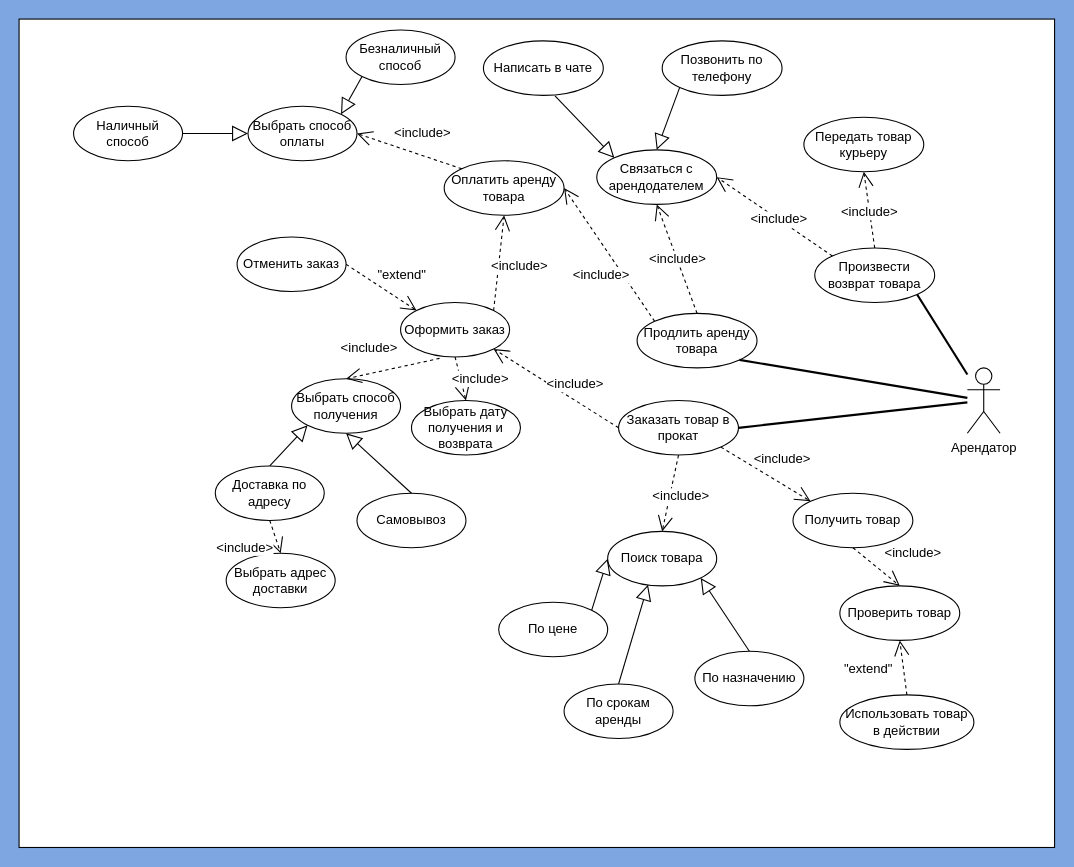
Before: Lab2/Lab2.drawio in BozrikovDanila/ModelingOfProcessesAndSystems, a draw.io diagram. Source tidied: cells renumbered, new cells numbered last; positions are measured from the earlier drawing's top-left corner, leaving out a move shared by most shapes. Both pictures are drawn from the tidied source at 109%, with x=0, y=0 at pixel (19, 19).
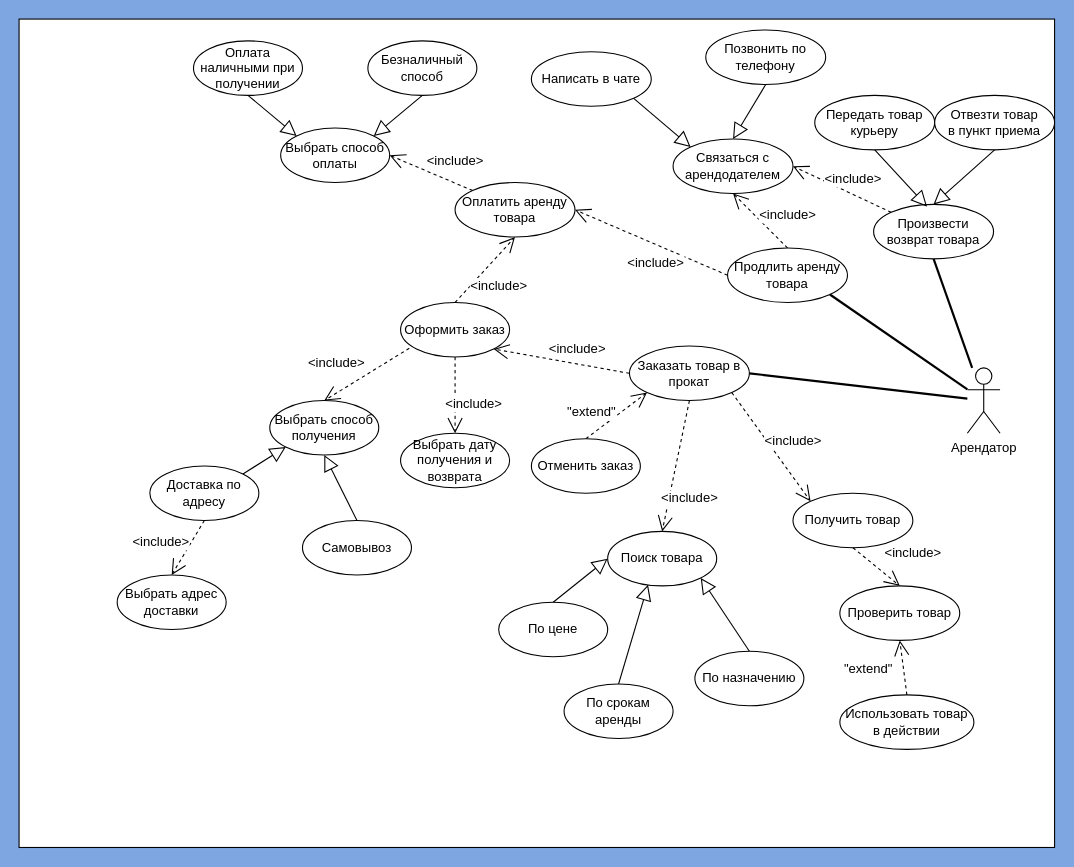
Above is the later version.

Unchanged cells that the change refers to:
```xml
<mxCell id="3" value="Поиск товара" style="ellipse;whiteSpace=wrap;html=1;" parent="1" vertex="1">
  <mxGeometry x="540" y="470" width="100" height="50" as="geometry" />
</mxCell>
<mxCell id="5" value="Арендатор&lt;br&gt;" style="shape=umlActor;verticalLabelPosition=bottom;verticalAlign=top;html=1;" parent="1" vertex="1">
  <mxGeometry x="870" y="320" width="30" height="60" as="geometry" />
</mxCell>
<mxCell id="6" value="Оформить заказ" style="ellipse;whiteSpace=wrap;html=1;" parent="1" vertex="1">
  <mxGeometry x="350" y="260" width="100" height="50" as="geometry" />
</mxCell>
<mxCell id="8" value="По цене" style="ellipse;whiteSpace=wrap;html=1;" parent="1" vertex="1">
  <mxGeometry x="440" y="535" width="100" height="50" as="geometry" />
</mxCell>
```

What changed in the source:
```diff
@@
     <mxCell id="4" value="Заказать товар в прокат" style="ellipse;whiteSpace=wrap;html=1;" parent="1" vertex="1">
-      <mxGeometry x="550" y="350" width="110" height="50" as="geometry" />
+      <mxGeometry x="560" y="300" width="110" height="50" as="geometry" />
     </mxCell>
@@
     <mxCell id="11" value="&amp;lt;include&amp;gt;" style="endArrow=open;endSize=12;dashed=1;html=1;fontSize=12;entryX=0.5;entryY=0;entryDx=0;entryDy=0;exitX=0.5;exitY=1;exitDx=0;exitDy=0;" parent="1" edge="1" source="4" target="3">
-      <mxGeometry x="0.04" y="10" relative="1" as="geometry" />
+      <mxGeometry x="0.44" y="18" relative="1" as="geometry" />
     </mxCell>
-    <mxCell id="12" style="endArrow=block;endFill=0;endSize=12;html=1;exitX=1;exitY=0;exitDx=0;exitDy=0;entryX=0;entryY=0.5;entryDx=0;entryDy=0;" parent="1" edge="1" source="8" target="3">
+    <mxCell id="12" style="endArrow=block;endFill=0;endSize=12;html=1;exitX=0.5;exitY=0;exitDx=0;exitDy=0;entryX=0;entryY=0.5;entryDx=0;entryDy=0;" parent="1" edge="1" source="8" target="3">
       <mxGeometry relative="1" as="geometry" />
     </mxCell>
@@
-    <mxCell id="15" style="endArrow=open;html=1;shadow=0;strokeWidth=1;dashed=1;endFill=0;endSize=12;sketch=0;exitX=1;exitY=0.5;exitDx=0;exitDy=0;entryX=0;entryY=0;entryDx=0;entryDy=0;" parent="1" edge="1" source="17" target="6">
-      <mxGeometry relative="1" as="geometry" />
+    <mxCell id="15" style="endArrow=open;html=1;shadow=0;strokeWidth=1;dashed=1;endFill=0;endSize=12;sketch=0;entryX=0;entryY=1;entryDx=0;entryDy=0;" parent="1" edge="1" target="4">
+      <mxGeometry relative="1" as="geometry">
+        <mxPoint x="520" y="385" as="sourcePoint" />
+      </mxGeometry>
     </mxCell>
     <mxCell id="16" value="&quot;extend&quot;" style="edgeLabel;html=1;align=center;verticalAlign=middle;fontSize=12;" parent="15" vertex="1">
       <mxGeometry x="0.19" y="-2" relative="1" as="geometry">
-        <mxPoint x="13" y="-17" as="offset" />
+        <mxPoint x="-30" y="-1" as="offset" />
       </mxGeometry>
     </mxCell>
     <mxCell id="17" value="Отменить заказ" style="ellipse;whiteSpace=wrap;html=1;" parent="1" vertex="1">
-      <mxGeometry x="200" y="200" width="100" height="50" as="geometry" />
+      <mxGeometry x="470" y="385" width="100" height="50" as="geometry" />
     </mxCell>
     <mxCell id="18" value="Произвести возврат товара" style="ellipse;whiteSpace=wrap;html=1;" parent="1" vertex="1">
-      <mxGeometry x="730" y="210" width="110" height="50" as="geometry" />
+      <mxGeometry x="784" y="170" width="110" height="50" as="geometry" />
     </mxCell>
     <mxCell id="19" value="&amp;lt;include&amp;gt;" style="endArrow=open;endSize=12;dashed=1;html=1;fontSize=12;exitX=0;exitY=0;exitDx=0;exitDy=0;entryX=1;entryY=0.5;entryDx=0;entryDy=0;" parent="1" edge="1" source="18" target="20">
-      <mxGeometry x="-0.08" relative="1" as="geometry" />
+      <mxGeometry x="-0.09" y="-13" relative="1" as="geometry">
+        <mxPoint y="1" as="offset" />
+      </mxGeometry>
     </mxCell>
     <mxCell id="20" value="Связаться с арендодателем" style="ellipse;whiteSpace=wrap;html=1;" parent="1" vertex="1">
-      <mxGeometry x="530" y="120" width="110" height="50" as="geometry" />
+      <mxGeometry x="600" y="110" width="110" height="50" as="geometry" />
     </mxCell>
     <mxCell id="21" value="Написать в чате" style="ellipse;whiteSpace=wrap;html=1;" parent="1" vertex="1">
-      <mxGeometry x="426" y="20" width="110" height="50" as="geometry" />
+      <mxGeometry x="470" y="30" width="110" height="50" as="geometry" />
     </mxCell>
     <mxCell id="22" value="Позвонить по телефону" style="ellipse;whiteSpace=wrap;html=1;" parent="1" vertex="1">
-      <mxGeometry x="590" y="20" width="110" height="50" as="geometry" />
+      <mxGeometry x="630" y="10" width="110" height="50" as="geometry" />
     </mxCell>
-    <mxCell id="23" style="endArrow=block;endFill=0;endSize=12;html=1;exitX=0.597;exitY=1.008;exitDx=0;exitDy=0;entryX=0;entryY=0;entryDx=0;entryDy=0;exitPerimeter=0;" parent="1" edge="1" source="21" target="20">
+    <mxCell id="23" style="endArrow=block;endFill=0;endSize=12;html=1;exitX=1;exitY=1;exitDx=0;exitDy=0;entryX=0;entryY=0;entryDx=0;entryDy=0;" parent="1" edge="1" source="21" target="20">
       <mxGeometry relative="1" as="geometry" />
     </mxCell>
-    <mxCell id="24" style="endArrow=block;endFill=0;endSize=12;html=1;exitX=0;exitY=1;exitDx=0;exitDy=0;entryX=0.5;entryY=0;entryDx=0;entryDy=0;" parent="1" edge="1" source="22" target="20">
+    <mxCell id="24" style="endArrow=block;endFill=0;endSize=12;html=1;exitX=0.5;exitY=1;exitDx=0;exitDy=0;entryX=0.5;entryY=0;entryDx=0;entryDy=0;" parent="1" edge="1" source="22" target="20">
       <mxGeometry relative="1" as="geometry" />
     </mxCell>
     <mxCell id="25" value="Передать товар курьеру" style="ellipse;whiteSpace=wrap;html=1;" parent="1" vertex="1">
-      <mxGeometry x="720" y="90" width="110" height="50" as="geometry" />
+      <mxGeometry x="730" y="70" width="110" height="50" as="geometry" />
     </mxCell>
-    <mxCell id="26" value="&amp;lt;include&amp;gt;" style="endArrow=open;endSize=12;dashed=1;html=1;fontSize=12;exitX=0.5;exitY=0;exitDx=0;exitDy=0;entryX=0.5;entryY=1;entryDx=0;entryDy=0;" parent="1" edge="1" source="18" target="25">
-      <mxGeometry x="-0.08" relative="1" as="geometry" />
-    </mxCell>
@@
-    <mxCell id="34" style="endArrow=none;endFill=0;endSize=12;html=1;rounded=1;strokeWidth=2;exitX=1;exitY=1;exitDx=0;exitDy=0;" parent="1" edge="1" source="18" target="5">
+    <mxCell id="34" style="endArrow=none;endFill=0;endSize=12;html=1;rounded=1;strokeWidth=2;exitX=0.5;exitY=1;exitDx=0;exitDy=0;" parent="1" edge="1" source="18" target="5">
       <mxGeometry relative="1" as="geometry" />
     </mxCell>
     <mxCell id="35" value="Продлить аренду товара" style="ellipse;whiteSpace=wrap;html=1;" parent="1" vertex="1">
-      <mxGeometry x="567" y="270" width="110" height="50" as="geometry" />
+      <mxGeometry x="650" y="210" width="110" height="50" as="geometry" />
     </mxCell>
     <mxCell id="36" value="Оплатить аренду&lt;br&gt;товара" style="ellipse;whiteSpace=wrap;html=1;" parent="1" vertex="1">
-      <mxGeometry x="390" y="130" width="110" height="50" as="geometry" />
+      <mxGeometry x="400" y="150" width="110" height="50" as="geometry" />
     </mxCell>
     <mxCell id="37" value="&amp;lt;include&amp;gt;" style="endArrow=open;endSize=12;dashed=1;html=1;fontSize=12;exitX=0.5;exitY=0;exitDx=0;exitDy=0;entryX=0.5;entryY=1;entryDx=0;entryDy=0;" parent="1" edge="1" source="35" target="20">
-      <mxGeometry relative="1" as="geometry" />
+      <mxGeometry x="-0.4" y="-21" relative="1" as="geometry" />
     </mxCell>
-    <mxCell id="38" value="&amp;lt;include&amp;gt;" style="endArrow=open;endSize=12;dashed=1;html=1;fontSize=12;exitX=0;exitY=0;exitDx=0;exitDy=0;entryX=1;entryY=0.5;entryDx=0;entryDy=0;" parent="1" edge="1" source="35" target="36">
+    <mxCell id="38" value="&amp;lt;include&amp;gt;" style="endArrow=open;endSize=12;dashed=1;html=1;fontSize=12;exitX=0;exitY=0.5;exitDx=0;exitDy=0;entryX=1;entryY=0.5;entryDx=0;entryDy=0;" parent="1" edge="1" source="35" target="36">
       <mxGeometry x="-0.16" y="16" relative="1" as="geometry">
         <mxPoint x="-1" as="offset" />
       </mxGeometry>
     </mxCell>
-    <mxCell id="39" value="&amp;lt;include&amp;gt;" style="endArrow=open;endSize=12;dashed=1;html=1;fontSize=12;exitX=1;exitY=0;exitDx=0;exitDy=0;entryX=0.5;entryY=1;entryDx=0;entryDy=0;" parent="1" edge="1" source="6" target="36">
+    <mxCell id="39" value="&amp;lt;include&amp;gt;" style="endArrow=open;endSize=12;dashed=1;html=1;fontSize=12;exitX=0.5;exitY=0;exitDx=0;exitDy=0;entryX=0.5;entryY=1;entryDx=0;entryDy=0;" parent="1" edge="1" source="6" target="36">
       <mxGeometry x="-0.03" y="-20" relative="1" as="geometry">
         <mxPoint x="-1" as="offset" />
       </mxGeometry>
     </mxCell>
@@
     <mxCell id="41" value="Безналичный&lt;br&gt;способ" style="ellipse;whiteSpace=wrap;html=1;" parent="1" vertex="1">
-      <mxGeometry x="300" y="10" width="100" height="50" as="geometry" />
+      <mxGeometry x="320" y="20" width="100" height="50" as="geometry" />
     </mxCell>
@@
     <mxCell id="43" value="Выбрать адрес доставки" style="ellipse;whiteSpace=wrap;html=1;" parent="1" vertex="1">
-      <mxGeometry x="190" y="490" width="100" height="50" as="geometry" />
+      <mxGeometry x="90" y="510" width="100" height="50" as="geometry" />
     </mxCell>
     <mxCell id="44" value="Доставка по адресу" style="ellipse;whiteSpace=wrap;html=1;" parent="1" vertex="1">
-      <mxGeometry x="180" y="410" width="100" height="50" as="geometry" />
+      <mxGeometry x="120" y="410" width="100" height="50" as="geometry" />
     </mxCell>
     <mxCell id="45" value="Выбрать способ получения" style="ellipse;whiteSpace=wrap;html=1;" parent="1" vertex="1">
-      <mxGeometry x="250" y="330" width="100" height="50" as="geometry" />
+      <mxGeometry x="230" y="350" width="100" height="50" as="geometry" />
     </mxCell>
     <mxCell id="46" value="Самовывоз" style="ellipse;whiteSpace=wrap;html=1;" parent="1" vertex="1">
-      <mxGeometry x="310" y="435" width="100" height="50" as="geometry" />
+      <mxGeometry x="260" y="460" width="100" height="50" as="geometry" />
     </mxCell>
     <mxCell id="47" value="Выбрать дату получения и возврата" style="ellipse;whiteSpace=wrap;html=1;" parent="1" vertex="1">
-      <mxGeometry x="360" y="350" width="100" height="50" as="geometry" />
+      <mxGeometry x="350" y="380" width="100" height="50" as="geometry" />
     </mxCell>
     <mxCell id="48" value="Выбрать способ оплаты" style="ellipse;whiteSpace=wrap;html=1;" parent="1" vertex="1">
-      <mxGeometry x="210" y="80" width="100" height="50" as="geometry" />
+      <mxGeometry x="240" y="100" width="100" height="50" as="geometry" />
     </mxCell>
-    <mxCell id="49" value="Наличный способ" style="ellipse;whiteSpace=wrap;html=1;" parent="1" vertex="1">
-      <mxGeometry x="50" y="80" width="100" height="50" as="geometry" />
+    <mxCell id="49" value="Оплата наличными при получении" style="ellipse;whiteSpace=wrap;html=1;" parent="1" vertex="1">
+      <mxGeometry x="160" y="20" width="100" height="50" as="geometry" />
     </mxCell>
     <mxCell id="50" value="&amp;lt;include&amp;gt;" style="endArrow=open;endSize=12;dashed=1;html=1;fontSize=12;exitX=0;exitY=0;exitDx=0;exitDy=0;entryX=1;entryY=0.5;entryDx=0;entryDy=0;" parent="1" edge="1" source="36" target="48">
-      <mxGeometry x="-0.12" y="-19" relative="1" as="geometry" />
+      <mxGeometry x="-0.38" y="-19" relative="1" as="geometry" />
     </mxCell>
@@
-    <mxCell id="52" value="&amp;lt;include&amp;gt;" style="endArrow=open;endSize=12;dashed=1;html=1;fontSize=12;entryX=0.5;entryY=0;entryDx=0;entryDy=0;exitX=0.358;exitY=1.026;exitDx=0;exitDy=0;exitPerimeter=0;" parent="1" edge="1" source="6" target="45">
+    <mxCell id="52" value="&amp;lt;include&amp;gt;" style="endArrow=open;endSize=12;dashed=1;html=1;fontSize=12;entryX=0.5;entryY=0;entryDx=0;entryDy=0;exitX=0.08;exitY=0.84;exitDx=0;exitDy=0;exitPerimeter=0;" parent="1" edge="1" source="6" target="45">
       <mxGeometry x="0.42" y="-22" relative="1" as="geometry">
         <mxPoint y="-1" as="offset" />
       </mxGeometry>
     </mxCell>
-    <mxCell id="53" style="endArrow=block;endFill=0;endSize=12;html=1;exitX=1;exitY=0.5;exitDx=0;exitDy=0;entryX=0;entryY=0.5;entryDx=0;entryDy=0;" parent="1" edge="1" source="49" target="48">
+    <mxCell id="53" style="endArrow=block;endFill=0;endSize=12;html=1;exitX=0.5;exitY=1;exitDx=0;exitDy=0;entryX=0;entryY=0;entryDx=0;entryDy=0;" parent="1" edge="1" source="49" target="48">
       <mxGeometry relative="1" as="geometry" />
     </mxCell>
-    <mxCell id="54" style="endArrow=block;endFill=0;endSize=12;html=1;exitX=0;exitY=1;exitDx=0;exitDy=0;entryX=1;entryY=0;entryDx=0;entryDy=0;" parent="1" edge="1" source="41" target="48">
+    <mxCell id="54" style="endArrow=block;endFill=0;endSize=12;html=1;exitX=0.5;exitY=1;exitDx=0;exitDy=0;entryX=1;entryY=0;entryDx=0;entryDy=0;" parent="1" edge="1" source="41" target="48">
       <mxGeometry relative="1" as="geometry" />
     </mxCell>
@@
-    <mxCell id="56" style="endArrow=block;endFill=0;endSize=12;html=1;exitX=0.5;exitY=0;exitDx=0;exitDy=0;entryX=0;entryY=1;entryDx=0;entryDy=0;" parent="1" edge="1" source="44" target="45">
+    <mxCell id="56" style="endArrow=block;endFill=0;endSize=12;html=1;exitX=1;exitY=0;exitDx=0;exitDy=0;entryX=0;entryY=1;entryDx=0;entryDy=0;" parent="1" edge="1" source="44" target="45">
       <mxGeometry relative="1" as="geometry" />
     </mxCell>
     <mxCell id="57" value="&amp;lt;include&amp;gt;" style="endArrow=open;endSize=12;dashed=1;html=1;fontSize=12;exitX=0.5;exitY=1;exitDx=0;exitDy=0;entryX=0.5;entryY=0;entryDx=0;entryDy=0;" parent="1" edge="1" source="44" target="43">
-      <mxGeometry y="-30" relative="1" as="geometry" />
+      <mxGeometry x="0.29" y="-24" relative="1" as="geometry" />
     </mxCell>
+    <mxCell id="58" value="Отвезти товар&lt;br&gt;в пункт приема" style="ellipse;whiteSpace=wrap;html=1;" parent="1" vertex="1">
+      <mxGeometry x="840" y="70" width="110" height="50" as="geometry" />
+    </mxCell>
+    <mxCell id="59" style="endArrow=block;endFill=0;endSize=12;html=1;exitX=0.5;exitY=1;exitDx=0;exitDy=0;entryX=0.445;entryY=0.04;entryDx=0;entryDy=0;entryPerimeter=0;" parent="1" edge="1" source="25" target="18">
+      <mxGeometry relative="1" as="geometry" />
+    </mxCell>
+    <mxCell id="60" style="endArrow=block;endFill=0;endSize=12;html=1;exitX=0.5;exitY=1;exitDx=0;exitDy=0;entryX=0.5;entryY=0;entryDx=0;entryDy=0;" parent="1" edge="1" source="58" target="18">
+      <mxGeometry relative="1" as="geometry" />
+    </mxCell>
```
